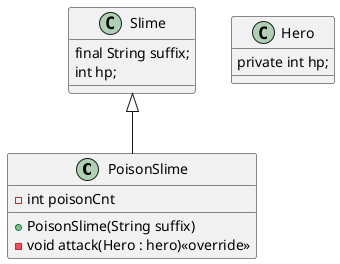
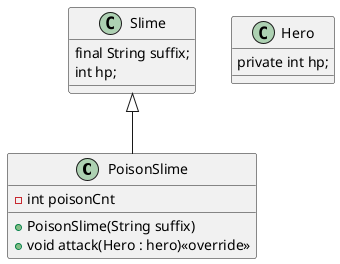
@startuml
+ scale 1

class PoisonSlime extends Slime
{
    -int poisonCnt
    +PoisonSlime(String suffix)
-     -void attack(Hero : hero)<<override>>
+     +void attack(Hero : hero)<<override>>
}
class Hero
{
    private int hp;
}

class Slime
{
    final String suffix;
    int hp;
}

@enduml